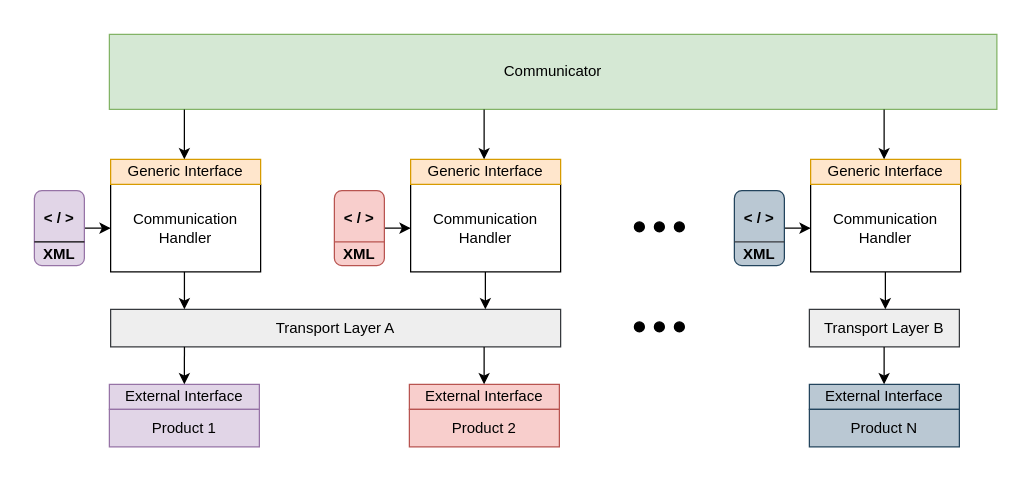
Earlier version of the draw.io diagram SGr-Architecture-Overview.drawio (SmartgridReady/SGrJavaSamples). Source tidied: cells renumbered, new cells numbered last; positions are measured from the earlier drawing's top-left corner, leaving out a move shared by most shapes. Both pictures are drawn from the tidied source at 125%, with x=0, y=0 at pixel (21, 21).
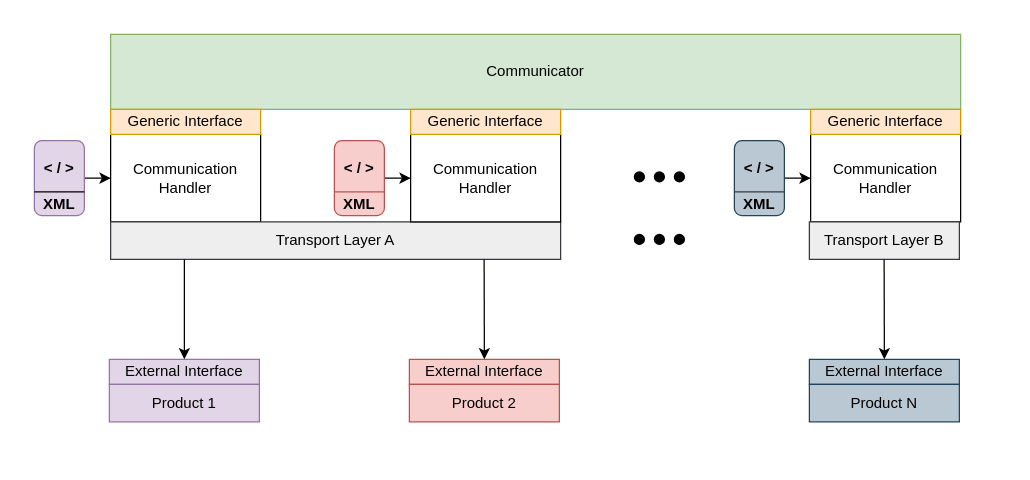
Above is the later version.

Diff of the diagram source:
```diff
@@
-    <mxCell id="2" style="rounded=0;whiteSpace=wrap;html=1;strokeColor=none;" parent="1" vertex="1">
-      <mxGeometry width="790" height="350" as="geometry" />
-    </mxCell>
+    <mxCell id="44" style="rounded=0;whiteSpace=wrap;html=1;strokeColor=none;" parent="1" vertex="1">
+      <mxGeometry x="1" width="760" height="330" as="geometry" />
+    </mxCell>
     <mxCell id="3" value="Communicator" style="rounded=0;whiteSpace=wrap;html=1;fillColor=#d5e8d4;strokeColor=#82b366;align=center;verticalAlign=middle;" parent="1" vertex="1">
-      <mxGeometry x="70" y="10" width="710" height="60" as="geometry" />
+      <mxGeometry x="71" y="10" width="680" height="60" as="geometry" />
     </mxCell>
     <mxCell id="4" value="Communication Handler&lt;br&gt;" style="rounded=0;whiteSpace=wrap;html=1;" parent="1" vertex="1">
-      <mxGeometry x="71" y="130" width="120" height="70" as="geometry" />
+      <mxGeometry x="71" y="90" width="120" height="70" as="geometry" />
     </mxCell>
     <mxCell id="5" value="Generic Interface" style="rounded=0;whiteSpace=wrap;html=1;fillColor=#ffe6cc;strokeColor=#d79b00;" parent="1" vertex="1">
-      <mxGeometry x="71" y="110" width="120" height="20" as="geometry" />
+      <mxGeometry x="71" y="70" width="120" height="20" as="geometry" />
     </mxCell>
     <mxCell id="6" value="External Interface" style="rounded=0;whiteSpace=wrap;html=1;fillColor=#e1d5e7;strokeColor=#9673a6;" parent="1" vertex="1">
-      <mxGeometry x="70" y="290" width="120" height="20" as="geometry" />
+      <mxGeometry x="70" y="270" width="120" height="20" as="geometry" />
     </mxCell>
     <mxCell id="7" value="Transport Layer A" style="rounded=0;whiteSpace=wrap;html=1;fillColor=#eeeeee;strokeColor=#36393d;" parent="1" vertex="1">
-      <mxGeometry x="71" y="230" width="360" height="30" as="geometry" />
+      <mxGeometry x="71" y="160" width="360" height="30" as="geometry" />
     </mxCell>
     <mxCell id="8" value="Product 1" style="rounded=0;whiteSpace=wrap;html=1;fillColor=#e1d5e7;strokeColor=#9673a6;" parent="1" vertex="1">
-      <mxGeometry x="70" y="310" width="120" height="30" as="geometry" />
+      <mxGeometry x="70" y="290" width="120" height="30" as="geometry" />
     </mxCell>
-    <mxCell id="9" style="endArrow=classic;html=1;startArrow=none;startFill=0;" parent="1" edge="1">
-      <mxGeometry relative="1" as="geometry">
-        <mxPoint x="130" y="70" as="sourcePoint" />
-        <mxPoint x="130" y="110" as="targetPoint" />
-      </mxGeometry>
-    </mxCell>
     <mxCell id="10" value="Communication Handler&lt;br&gt;" style="rounded=0;whiteSpace=wrap;html=1;" parent="1" vertex="1">
-      <mxGeometry x="311" y="130" width="120" height="70" as="geometry" />
+      <mxGeometry x="311" y="90" width="120" height="70" as="geometry" />
     </mxCell>
     <mxCell id="11" value="Generic Interface" style="rounded=0;whiteSpace=wrap;html=1;fillColor=#ffe6cc;strokeColor=#d79b00;" parent="1" vertex="1">
-      <mxGeometry x="311" y="110" width="120" height="20" as="geometry" />
+      <mxGeometry x="311" y="70" width="120" height="20" as="geometry" />
     </mxCell>
     <mxCell id="12" value="External Interface" style="rounded=0;whiteSpace=wrap;html=1;fillColor=#f8cecc;strokeColor=#b85450;" parent="1" vertex="1">
-      <mxGeometry x="310" y="290" width="120" height="20" as="geometry" />
+      <mxGeometry x="310" y="270" width="120" height="20" as="geometry" />
     </mxCell>
     <mxCell id="13" value="Product 2" style="rounded=0;whiteSpace=wrap;html=1;fillColor=#f8cecc;strokeColor=#b85450;" parent="1" vertex="1">
-      <mxGeometry x="310" y="310" width="120" height="30" as="geometry" />
+      <mxGeometry x="310" y="290" width="120" height="30" as="geometry" />
     </mxCell>
@@
     <mxCell id="15" value="&amp;lt; /&amp;nbsp;&amp;gt;&lt;br&gt;&lt;br&gt;XML" style="rounded=1;whiteSpace=wrap;html=1;align=center;fontStyle=1;verticalAlign=bottom;fillColor=#e1d5e7;strokeColor=#9673a6;" parent="1" vertex="1">
-      <mxGeometry x="10" y="135" width="40" height="60" as="geometry" />
+      <mxGeometry x="10" y="95" width="40" height="60" as="geometry" />
     </mxCell>
     <mxCell id="16" style="endArrow=none;html=1;exitX=0;exitY=0.75;exitDx=0;exitDy=0;entryX=1;entryY=0.75;entryDx=0;entryDy=0;" parent="1" edge="1">
       <mxGeometry relative="1" as="geometry">
-        <mxPoint x="10" y="176" as="sourcePoint" />
-        <mxPoint x="50" y="176" as="targetPoint" />
+        <mxPoint x="10" y="136" as="sourcePoint" />
+        <mxPoint x="50" y="136" as="targetPoint" />
       </mxGeometry>
     </mxCell>
@@
     <mxCell id="18" value="&amp;lt; /&amp;nbsp;&amp;gt;&lt;br&gt;&lt;br&gt;XML" style="rounded=1;whiteSpace=wrap;html=1;align=center;fontStyle=1;verticalAlign=bottom;fillColor=#f8cecc;strokeColor=#b85450;" parent="1" vertex="1">
-      <mxGeometry x="250" y="135" width="40" height="60" as="geometry" />
+      <mxGeometry x="250" y="95" width="40" height="60" as="geometry" />
     </mxCell>
     <mxCell id="19" value="Communication Handler&lt;br&gt;" style="rounded=0;whiteSpace=wrap;html=1;" parent="1" vertex="1">
-      <mxGeometry x="631" y="130" width="120" height="70" as="geometry" />
+      <mxGeometry x="631" y="90" width="120" height="70" as="geometry" />
     </mxCell>
     <mxCell id="20" value="Generic Interface" style="rounded=0;whiteSpace=wrap;html=1;fillColor=#ffe6cc;strokeColor=#d79b00;" parent="1" vertex="1">
-      <mxGeometry x="631" y="110" width="120" height="20" as="geometry" />
+      <mxGeometry x="631" y="70" width="120" height="20" as="geometry" />
     </mxCell>
     <mxCell id="21" value="External Interface" style="rounded=0;whiteSpace=wrap;html=1;fillColor=#bac8d3;strokeColor=#23445d;" parent="1" vertex="1">
-      <mxGeometry x="630" y="290" width="120" height="20" as="geometry" />
+      <mxGeometry x="630" y="270" width="120" height="20" as="geometry" />
     </mxCell>
     <mxCell id="22" value="Product N" style="rounded=0;whiteSpace=wrap;html=1;fillColor=#bac8d3;strokeColor=#23445d;" parent="1" vertex="1">
-      <mxGeometry x="630" y="310" width="120" height="30" as="geometry" />
+      <mxGeometry x="630" y="290" width="120" height="30" as="geometry" />
     </mxCell>
@@
     <mxCell id="24" value="&amp;lt; /&amp;nbsp;&amp;gt;&lt;br&gt;&lt;br&gt;XML" style="rounded=1;whiteSpace=wrap;html=1;align=center;fontStyle=1;verticalAlign=bottom;fillColor=#bac8d3;strokeColor=#23445d;" parent="1" vertex="1">
-      <mxGeometry x="570" y="135" width="40" height="60" as="geometry" />
+      <mxGeometry x="570" y="95" width="40" height="60" as="geometry" />
     </mxCell>
     <mxCell id="25" value="Transport Layer B" style="rounded=0;whiteSpace=wrap;html=1;fillColor=#eeeeee;strokeColor=#36393d;" parent="1" vertex="1">
-      <mxGeometry x="630" y="230" width="120" height="30" as="geometry" />
+      <mxGeometry x="630" y="160" width="120" height="30" as="geometry" />
     </mxCell>
     <mxCell id="26" style="group;" parent="1" vertex="1">
-      <mxGeometry x="490" y="240" width="40" height="10" as="geometry" />
+      <mxGeometry x="490" y="170" width="40" height="10" as="geometry" />
     </mxCell>
@@
     <mxCell id="30" style="group;" parent="1" vertex="1">
-      <mxGeometry x="490" y="160" width="40" height="10" as="geometry" />
+      <mxGeometry x="490" y="120" width="40" height="10" as="geometry" />
     </mxCell>
@@
-    <mxCell id="34" style="endArrow=classic;html=1;startArrow=none;startFill=0;" parent="1" edge="1">
-      <mxGeometry relative="1" as="geometry">
-        <mxPoint x="369.8" y="70" as="sourcePoint" />
-        <mxPoint x="369.8" y="110" as="targetPoint" />
-      </mxGeometry>
-    </mxCell>
-    <mxCell id="35" style="endArrow=classic;html=1;startArrow=none;startFill=0;" parent="1" edge="1">
-      <mxGeometry relative="1" as="geometry">
-        <mxPoint x="689.8" y="70" as="sourcePoint" />
-        <mxPoint x="689.8" y="110" as="targetPoint" />
-      </mxGeometry>
-    </mxCell>
-    <mxCell id="36" style="endArrow=classic;html=1;startArrow=none;startFill=0;exitX=0.492;exitY=1;exitDx=0;exitDy=0;exitPerimeter=0;entryX=0.164;entryY=0;entryDx=0;entryDy=0;entryPerimeter=0;" parent="1" edge="1" source="4" target="7">
-      <mxGeometry relative="1" as="geometry" />
-    </mxCell>
-    <mxCell id="37" style="endArrow=classic;html=1;startArrow=none;startFill=0;exitX=0.164;exitY=1;exitDx=0;exitDy=0;exitPerimeter=0;entryX=0.5;entryY=0;entryDx=0;entryDy=0;" parent="1" edge="1" source="7" target="6">
-      <mxGeometry relative="1" as="geometry" />
+    <mxCell id="37" style="endArrow=classic;html=1;startArrow=none;startFill=0;exitX=0.164;exitY=1;exitDx=0;exitDy=0;exitPerimeter=0;entryX=0.5;entryY=0;entryDx=0;entryDy=0;" parent="1" edge="1" target="6">
+      <mxGeometry relative="1" as="geometry">
+        <mxPoint x="130" y="190" as="sourcePoint" />
+      </mxGeometry>
     </mxCell>
-    <mxCell id="38" style="endArrow=classic;html=1;startArrow=none;startFill=0;exitX=0.492;exitY=1;exitDx=0;exitDy=0;exitPerimeter=0;entryX=0.164;entryY=0;entryDx=0;entryDy=0;entryPerimeter=0;" parent="1" edge="1">
-      <mxGeometry relative="1" as="geometry">
-        <mxPoint x="370.8" y="200" as="sourcePoint" />
-        <mxPoint x="370.8" y="230" as="targetPoint" />
-      </mxGeometry>
-    </mxCell>
-    <mxCell id="39" style="endArrow=classic;html=1;startArrow=none;startFill=0;exitX=0.492;exitY=1;exitDx=0;exitDy=0;exitPerimeter=0;entryX=0.164;entryY=0;entryDx=0;entryDy=0;entryPerimeter=0;" parent="1" edge="1">
+    <mxCell id="39" style="endArrow=classic;html=1;startArrow=none;startFill=0;exitX=0.492;exitY=1;exitDx=0;exitDy=0;exitPerimeter=0;entryX=0.5;entryY=0;entryDx=0;entryDy=0;" parent="1" edge="1" target="12">
       <mxGeometry relative="1" as="geometry">
-        <mxPoint x="369.8" y="260" as="sourcePoint" />
-        <mxPoint x="369.8" y="290" as="targetPoint" />
+        <mxPoint x="369.8" y="190" as="sourcePoint" />
       </mxGeometry>
     </mxCell>
-    <mxCell id="40" style="endArrow=classic;html=1;startArrow=none;startFill=0;exitX=0.492;exitY=1;exitDx=0;exitDy=0;exitPerimeter=0;entryX=0.164;entryY=0;entryDx=0;entryDy=0;entryPerimeter=0;" parent="1" edge="1">
-      <mxGeometry relative="1" as="geometry">
-        <mxPoint x="690.8" y="200" as="sourcePoint" />
-        <mxPoint x="690.8" y="230" as="targetPoint" />
-      </mxGeometry>
-    </mxCell>
-    <mxCell id="41" style="endArrow=classic;html=1;startArrow=none;startFill=0;exitX=0.492;exitY=1;exitDx=0;exitDy=0;exitPerimeter=0;entryX=0.164;entryY=0;entryDx=0;entryDy=0;entryPerimeter=0;" parent="1" edge="1">
+    <mxCell id="41" style="endArrow=classic;html=1;startArrow=none;startFill=0;exitX=0.492;exitY=1;exitDx=0;exitDy=0;exitPerimeter=0;entryX=0.5;entryY=0;entryDx=0;entryDy=0;" parent="1" edge="1" target="21">
       <mxGeometry relative="1" as="geometry">
-        <mxPoint x="689.8" y="260" as="sourcePoint" />
-        <mxPoint x="689.8" y="290" as="targetPoint" />
+        <mxPoint x="689.8" y="190" as="sourcePoint" />
       </mxGeometry>
     </mxCell>
     <mxCell id="42" style="endArrow=none;html=1;exitX=0;exitY=0.75;exitDx=0;exitDy=0;entryX=1;entryY=0.75;entryDx=0;entryDy=0;fillColor=#f8cecc;strokeColor=#b85450;" parent="1" edge="1">
       <mxGeometry relative="1" as="geometry">
-        <mxPoint x="250" y="176" as="sourcePoint" />
-        <mxPoint x="290" y="176" as="targetPoint" />
+        <mxPoint x="250" y="136" as="sourcePoint" />
+        <mxPoint x="290" y="136" as="targetPoint" />
       </mxGeometry>
     </mxCell>
     <mxCell id="43" style="endArrow=none;html=1;exitX=0;exitY=0.75;exitDx=0;exitDy=0;entryX=1;entryY=0.75;entryDx=0;entryDy=0;fillColor=#eeeeee;strokeColor=#36393d;" parent="1" edge="1">
       <mxGeometry relative="1" as="geometry">
-        <mxPoint x="570" y="176" as="sourcePoint" />
-        <mxPoint x="610" y="176" as="targetPoint" />
+        <mxPoint x="570" y="136" as="sourcePoint" />
+        <mxPoint x="610" y="136" as="targetPoint" />
       </mxGeometry>
     </mxCell>
```
